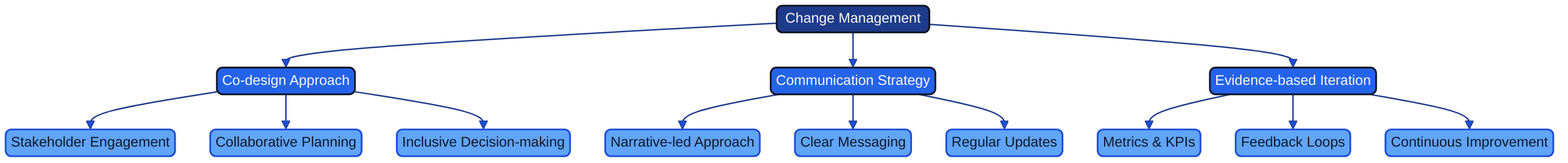
The Mermaid diagram docs/images/mindmap_17c_change_management.png in Geonitab/architecture_as_code, before a commit. Its source is kept beside it as docs/images/mindmap_17c_change_management.mmd. The source it was exported from:
```mermaid
graph TD
    ROOT(["Change Management"]):::geon-primary
    ROOT --> CD["Co-design Approach"]:::geon-accent
    ROOT --> CS["Communication Strategy"]:::geon-accent
    ROOT --> EI["Evidence-based Iteration"]:::geon-accent
    CD --> CD1["Stakeholder Engagement"]:::geon-highlight
    CD --> CD2["Collaborative Planning"]:::geon-highlight
    CD --> CD3["Inclusive Decision-making"]:::geon-highlight
    CS --> CS1["Narrative-led Approach"]:::geon-highlight
    CS --> CS2["Clear Messaging"]:::geon-highlight
    CS --> CS3["Regular Updates"]:::geon-highlight
    EI --> EI1["Metrics & KPIs"]:::geon-highlight
    EI --> EI2["Feedback Loops"]:::geon-highlight
    EI --> EI3["Continuous Improvement"]:::geon-highlight
```
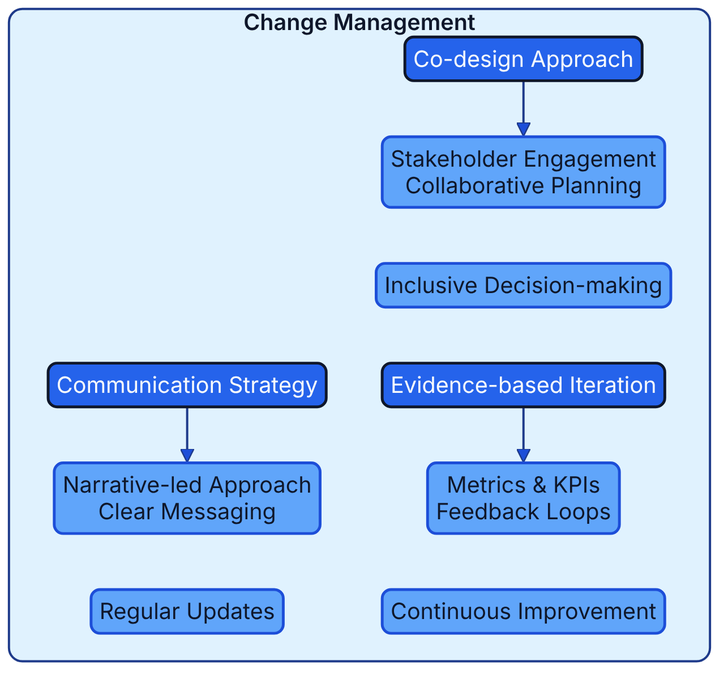
Later version of the same file.

Diff of the diagram source:
```diff
@@ -1,14 +1,20 @@
-graph TD
-    ROOT(["Change Management"]):::geon-primary
-    ROOT --> CD["Co-design Approach"]:::geon-accent
-    ROOT --> CS["Communication Strategy"]:::geon-accent
-    ROOT --> EI["Evidence-based Iteration"]:::geon-accent
-    CD --> CD1["Stakeholder Engagement"]:::geon-highlight
-    CD --> CD2["Collaborative Planning"]:::geon-highlight
-    CD --> CD3["Inclusive Decision-making"]:::geon-highlight
-    CS --> CS1["Narrative-led Approach"]:::geon-highlight
-    CS --> CS2["Clear Messaging"]:::geon-highlight
-    CS --> CS3["Regular Updates"]:::geon-highlight
-    EI --> EI1["Metrics & KPIs"]:::geon-highlight
-    EI --> EI2["Feedback Loops"]:::geon-highlight
-    EI --> EI3["Continuous Improvement"]:::geon-highlight
+flowchart TB
+    subgraph ROOT["Change Management"]
+        direction TB
+        B0["Co-design Approach"]:::geon-accent
+        L0_0["Stakeholder Engagement<br/>Collaborative Planning"]:::geon-highlight
+        B0 --> L0_0
+        L0_1["Inclusive Decision-making"]:::geon-highlight
+        L0_0 ~~~ L0_1
+        B1["Communication Strategy"]:::geon-accent
+        L1_0["Narrative-led Approach<br/>Clear Messaging"]:::geon-highlight
+        B1 --> L1_0
+        L1_1["Regular Updates"]:::geon-highlight
+        L1_0 ~~~ L1_1
+        B2["Evidence-based Iteration"]:::geon-accent
+        L2_0["Metrics & KPIs<br/>Feedback Loops"]:::geon-highlight
+        B2 --> L2_0
+        L2_1["Continuous Improvement"]:::geon-highlight
+        L2_0 ~~~ L2_1
+        L0_1 ~~~ B2
+    end
```
